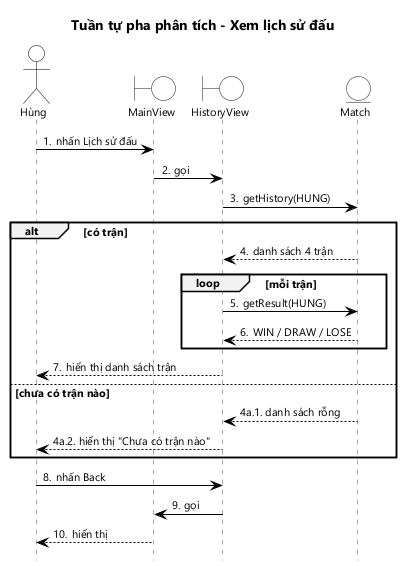
Above: docs/hung/tuan-tu-phan-tich-uc06.png in HungNguyenBa1811/math-dash (PlantUML), before the change.
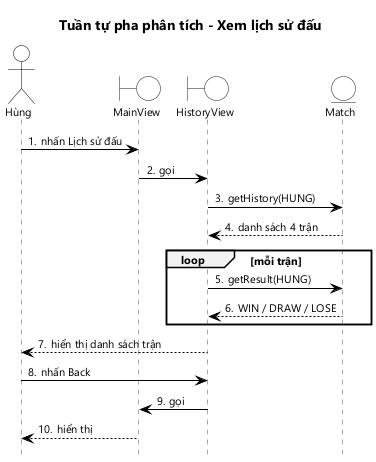
After the change.

Diff of the diagram source:
```diff
@@ -10,19 +10,12 @@
 U -> MV : nhấn Lịch sử đấu
 MV -> HV : gọi
 HV -> M : getHistory(HUNG)
-alt có trận
-  M --> HV : danh sách 4 trận
-  loop mỗi trận
-    HV -> M : getResult(HUNG)
-    M --> HV : WIN / DRAW / LOSE
-  end
-  HV --> U : hiển thị danh sách trận
-else chưa có trận nào
-  autonumber stop
-  M --> HV : 4a.1. danh sách rỗng
-  HV --> U : 4a.2. hiển thị "Chưa có trận nào"
-  autonumber resume
+M --> HV : danh sách 4 trận
+loop mỗi trận
+  HV -> M : getResult(HUNG)
+  M --> HV : WIN / DRAW / LOSE
 end
+HV --> U : hiển thị danh sách trận
 U -> HV : nhấn Back
 HV -> MV : gọi
 MV --> U : hiển thị
```
